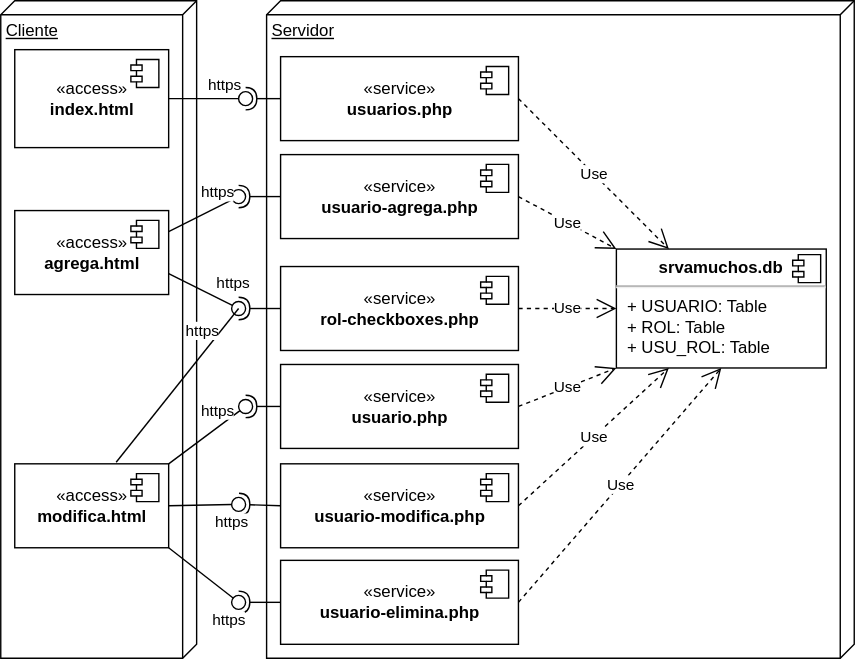
gilpgawoas/gilpgawoas.github.io keeps this draw.io diagram as docs/img/m18amuchos/amuchosdeploy.drawio.svg. Above is the earlier version. Source tidied: cells renumbered, new cells last; positions are measured from the earlier drawing's top-left corner, leaving out a move shared by most shapes.
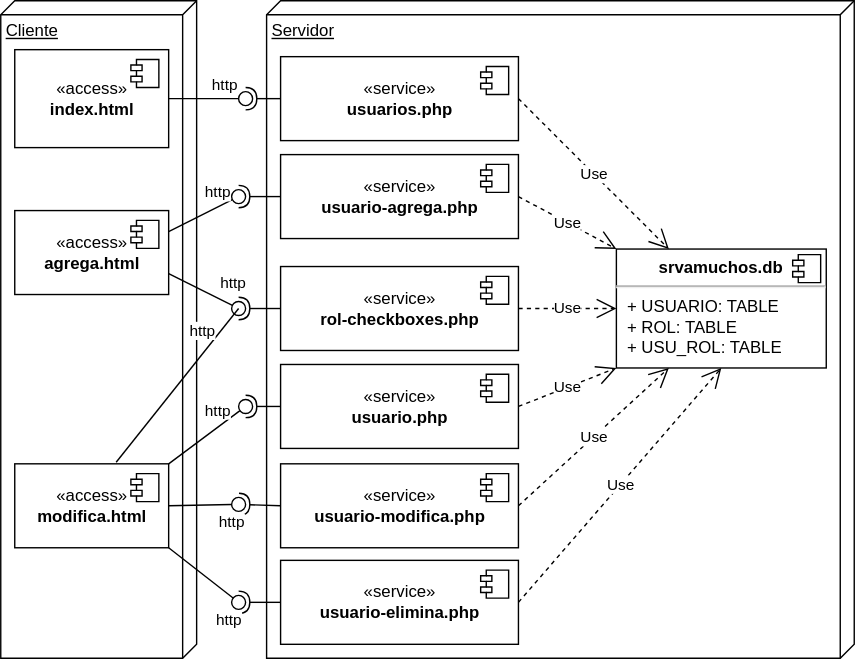
After the commit.

Change to the diagram source:
```diff
@@ -30,7 +30,7 @@
     <mxCell id="9" value="Use" style="endArrow=open;endSize=12;dashed=1;html=1;rounded=0;entryX=0.5;entryY=1;entryDx=0;entryDy=0;exitX=1;exitY=0.5;exitDx=0;exitDy=0;" parent="1" edge="1" source="24" target="10">
       <mxGeometry relative="1" as="geometry" />
     </mxCell>
-    <mxCell id="10" value="&lt;p style=&quot;margin:0px;margin-top:6px;text-align:center;&quot;&gt;&lt;b&gt;srvamuchos.db&lt;/b&gt;&lt;/p&gt;&lt;hr&gt;&lt;p style=&quot;margin:0px;margin-left:8px;&quot;&gt;+ USUARIO: Table&lt;/p&gt;&lt;p style=&quot;margin:0px;margin-left:8px;&quot;&gt;+ ROL: Table&lt;/p&gt;&lt;p style=&quot;margin:0px;margin-left:8px;&quot;&gt;+ USU_ROL: Table&lt;/p&gt;" style="align=left;overflow=fill;html=1;" parent="1" vertex="1">
+    <mxCell id="10" value="&lt;p style=&quot;margin:0px;margin-top:6px;text-align:center;&quot;&gt;&lt;b&gt;srvamuchos.db&lt;/b&gt;&lt;/p&gt;&lt;hr&gt;&lt;p style=&quot;margin:0px;margin-left:8px;&quot;&gt;+ USUARIO: TABLE&lt;/p&gt;&lt;p style=&quot;margin:0px;margin-left:8px;&quot;&gt;+ ROL: TABLE&lt;/p&gt;&lt;p style=&quot;margin:0px;margin-left:8px;&quot;&gt;+ USU_ROL: TABLE&lt;/p&gt;" style="align=left;overflow=fill;html=1;" parent="1" vertex="1">
       <mxGeometry x="440" y="177.5" width="150" height="85" as="geometry" />
     </mxCell>
     <mxCell id="11" style="shape=component;jettyWidth=8;jettyHeight=4;" parent="10" vertex="1">
@@ -95,7 +95,7 @@
     <mxCell id="26" value="Use" style="endArrow=open;endSize=12;dashed=1;html=1;rounded=0;exitX=1;exitY=0.5;exitDx=0;exitDy=0;entryX=0.25;entryY=0;entryDx=0;entryDy=0;" parent="1" edge="1" source="6" target="10">
       <mxGeometry relative="1" as="geometry" />
     </mxCell>
-    <mxCell id="27" value="https" style="rounded=0;jettySize=auto;html=1;endArrow=none;endFill=0;sketch=0;sourcePerimeterSpacing=0;targetPerimeterSpacing=0;exitX=1;exitY=0;exitDx=0;exitDy=0;" parent="1" edge="1" source="16" target="29">
+    <mxCell id="27" value="http" style="rounded=0;jettySize=auto;html=1;endArrow=none;endFill=0;sketch=0;sourcePerimeterSpacing=0;targetPerimeterSpacing=0;exitX=1;exitY=0;exitDx=0;exitDy=0;" parent="1" edge="1" source="16" target="29">
       <mxGeometry x="0.6" y="10" relative="1" as="geometry" />
     </mxCell>
     <mxCell id="28" style="rounded=0;jettySize=auto;html=1;endArrow=halfCircle;endFill=0;endSize=6;strokeWidth=1;sketch=0;exitX=0;exitY=0.5;exitDx=0;exitDy=0;" parent="1" edge="1" source="20">
@@ -112,7 +112,7 @@
         <mxPoint x="170" y="430" as="targetPoint" />
       </mxGeometry>
     </mxCell>
-    <mxCell id="31" value="https" style="rounded=0;jettySize=auto;html=1;endArrow=none;endFill=0;sketch=0;sourcePerimeterSpacing=0;targetPerimeterSpacing=0;exitX=1;exitY=0.5;exitDx=0;exitDy=0;" parent="1" edge="1" source="3" target="33">
+    <mxCell id="31" value="http" style="rounded=0;jettySize=auto;html=1;endArrow=none;endFill=0;sketch=0;sourcePerimeterSpacing=0;targetPerimeterSpacing=0;exitX=1;exitY=0.5;exitDx=0;exitDy=0;" parent="1" edge="1" source="3" target="33">
       <mxGeometry x="0.6" y="10" relative="1" as="geometry" />
     </mxCell>
     <mxCell id="32" style="rounded=0;jettySize=auto;html=1;endArrow=halfCircle;endFill=0;entryX=0.5;entryY=0.5;endSize=6;strokeWidth=1;sketch=0;exitX=0;exitY=0.5;exitDx=0;exitDy=0;" parent="1" edge="1" source="6" target="33">
@@ -137,7 +137,7 @@
         <mxPoint x="170" y="140" as="targetPoint" />
       </mxGeometry>
     </mxCell>
-    <mxCell id="38" value="https" style="rounded=0;jettySize=auto;html=1;endArrow=oval;endFill=0;sketch=0;sourcePerimeterSpacing=0;targetPerimeterSpacing=0;endSize=10;exitX=1;exitY=0.25;exitDx=0;exitDy=0;" parent="1" edge="1" source="14">
+    <mxCell id="38" value="http" style="rounded=0;jettySize=auto;html=1;endArrow=oval;endFill=0;sketch=0;sourcePerimeterSpacing=0;targetPerimeterSpacing=0;endSize=10;exitX=1;exitY=0.25;exitDx=0;exitDy=0;" parent="1" edge="1" source="14">
       <mxGeometry x="0.56" y="9" relative="1" as="geometry">
         <mxPoint x="170" y="140" as="targetPoint" />
       </mxGeometry>
@@ -161,12 +161,12 @@
         <mxPoint x="170" y="360" as="targetPoint" />
       </mxGeometry>
     </mxCell>
-    <mxCell id="44" value="https" style="rounded=0;jettySize=auto;html=1;endArrow=none;endFill=0;sketch=0;sourcePerimeterSpacing=0;targetPerimeterSpacing=0;exitX=0.659;exitY=-0.019;exitDx=0;exitDy=0;exitPerimeter=0;" parent="1" edge="1" source="16">
+    <mxCell id="44" value="http" style="rounded=0;jettySize=auto;html=1;endArrow=none;endFill=0;sketch=0;sourcePerimeterSpacing=0;targetPerimeterSpacing=0;exitX=0.659;exitY=-0.019;exitDx=0;exitDy=0;exitPerimeter=0;" parent="1" edge="1" source="16">
       <mxGeometry x="0.6" y="10" relative="1" as="geometry">
         <mxPoint x="170" y="220" as="targetPoint" />
       </mxGeometry>
     </mxCell>
-    <mxCell id="45" value="https" style="rounded=0;jettySize=auto;html=1;endArrow=oval;endFill=0;sketch=0;sourcePerimeterSpacing=0;targetPerimeterSpacing=0;endSize=10;exitX=1;exitY=0.5;exitDx=0;exitDy=0;" parent="1" edge="1" source="16">
+    <mxCell id="45" value="http" style="rounded=0;jettySize=auto;html=1;endArrow=oval;endFill=0;sketch=0;sourcePerimeterSpacing=0;targetPerimeterSpacing=0;endSize=10;exitX=1;exitY=0.5;exitDx=0;exitDy=0;" parent="1" edge="1" source="16">
       <mxGeometry x="0.79" y="-13" relative="1" as="geometry">
         <mxPoint x="170" y="360" as="targetPoint" />
       </mxGeometry>
@@ -179,7 +179,7 @@
         <mxPoint x="170" y="430" as="targetPoint" />
       </mxGeometry>
     </mxCell>
-    <mxCell id="48" value="https" style="rounded=0;jettySize=auto;html=1;endArrow=oval;endFill=0;sketch=0;sourcePerimeterSpacing=0;targetPerimeterSpacing=0;endSize=10;exitX=1;exitY=1;exitDx=0;exitDy=0;" parent="1" edge="1" source="16">
+    <mxCell id="48" value="http" style="rounded=0;jettySize=auto;html=1;endArrow=oval;endFill=0;sketch=0;sourcePerimeterSpacing=0;targetPerimeterSpacing=0;endSize=10;exitX=1;exitY=1;exitDx=0;exitDy=0;" parent="1" edge="1" source="16">
       <mxGeometry x="1" y="-14" relative="1" as="geometry">
         <mxPoint x="170" y="430" as="targetPoint" />
         <mxPoint x="2" y="2" as="offset" />
@@ -188,7 +188,7 @@
     <mxCell id="49" style="ellipse;whiteSpace=wrap;html=1;align=center;fillColor=none;strokeColor=none;perimeter=centerPerimeter;" parent="1" vertex="1">
       <mxGeometry x="395" y="410" width="10" height="10" as="geometry" />
     </mxCell>
-    <mxCell id="50" value="https" style="rounded=0;jettySize=auto;html=1;endArrow=oval;endFill=0;sketch=0;sourcePerimeterSpacing=0;targetPerimeterSpacing=0;endSize=10;exitX=1;exitY=0.75;exitDx=0;exitDy=0;" parent="1" edge="1" source="14">
+    <mxCell id="50" value="http" style="rounded=0;jettySize=auto;html=1;endArrow=oval;endFill=0;sketch=0;sourcePerimeterSpacing=0;targetPerimeterSpacing=0;endSize=10;exitX=1;exitY=0.75;exitDx=0;exitDy=0;" parent="1" edge="1" source="14">
       <mxGeometry x="0.6" y="13" relative="1" as="geometry">
         <mxPoint x="170" y="220" as="targetPoint" />
         <mxPoint y="-1" as="offset" />
```
